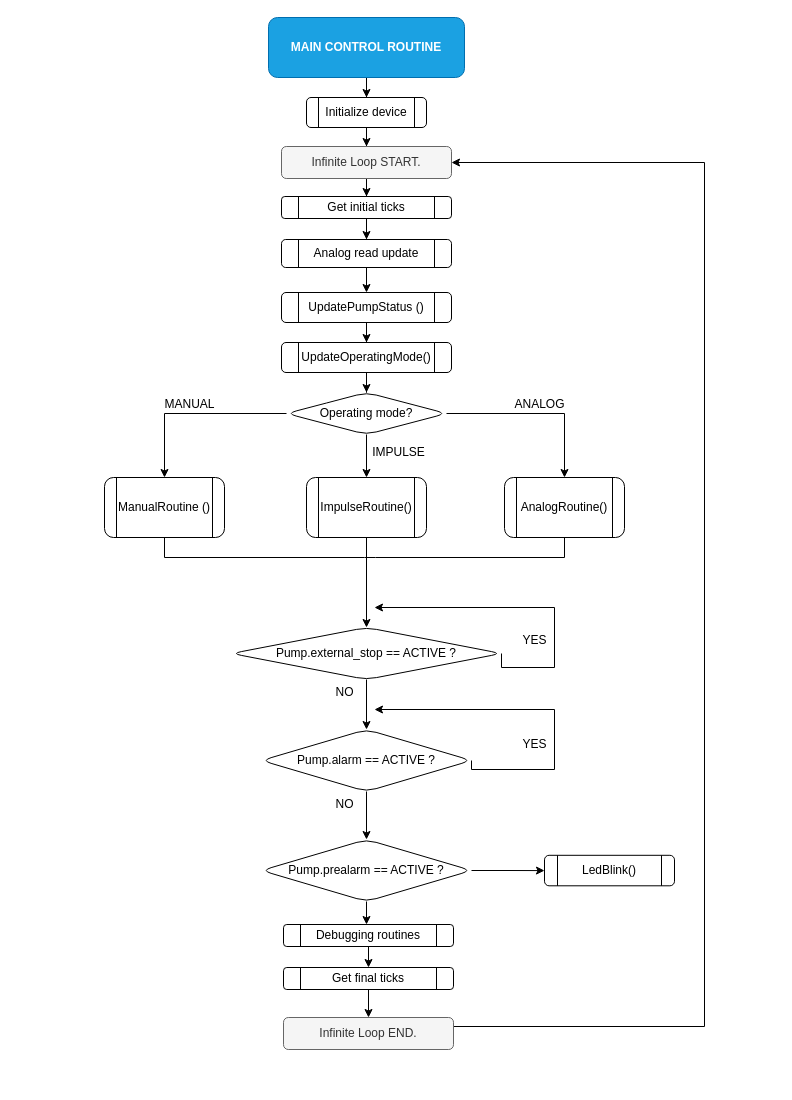
Earlier version of the draw.io diagram SolenoidPump.drawio (xZurdo/Flowcharts). Source tidied: cells renumbered, new cells numbered last; positions are measured from the earlier drawing's top-left corner, leaving out a move shared by most shapes. Both pictures are drawn from the tidied source at 100%, with x=0, y=0 at pixel (104, 17).
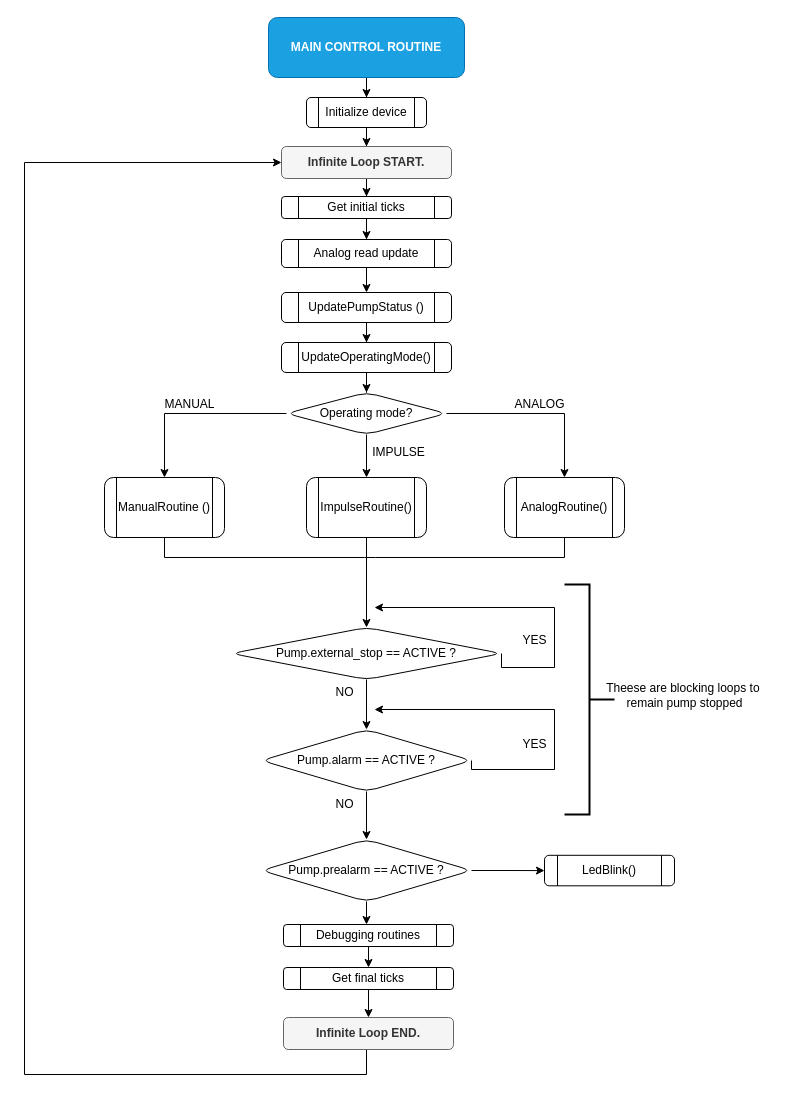
Above is the later version.

Diff of the diagram source:
```diff
@@
-    <mxCell id="7" value="Infinite Loop&amp;nbsp;&lt;span style=&quot;background-color: initial;&quot;&gt;START.&lt;/span&gt;" style="rounded=1;whiteSpace=wrap;html=1;fillColor=#f5f5f5;fontColor=#333333;strokeColor=#666666;" parent="1" vertex="1">
+    <mxCell id="7" value="&lt;b&gt;Infinite Loop&amp;nbsp;&lt;span style=&quot;background-color: initial;&quot;&gt;START.&lt;/span&gt;&lt;/b&gt;" style="rounded=1;whiteSpace=wrap;html=1;fillColor=#f5f5f5;fontColor=#333333;strokeColor=#666666;" parent="1" vertex="1">
       <mxGeometry x="177" y="129" width="170" height="32" as="geometry" />
     </mxCell>
@@
-    <mxCell id="45" style="edgeStyle=orthogonalEdgeStyle;rounded=0;jettySize=auto;html=1;exitX=0.5;exitY=1;exitDx=0;exitDy=0;entryX=1;entryY=0.5;entryDx=0;entryDy=0;" parent="1" edge="1" source="46" target="7">
+    <mxCell id="45" style="edgeStyle=orthogonalEdgeStyle;rounded=0;jettySize=auto;html=1;exitX=0.5;exitY=1;exitDx=0;exitDy=0;entryX=0;entryY=0.5;entryDx=0;entryDy=0;" parent="1" edge="1" source="46" target="7">
       <mxGeometry relative="1" as="geometry">
         <Array as="points">
-          <mxPoint x="262" y="1009" />
-          <mxPoint x="600" y="1009" />
-          <mxPoint x="600" y="145" />
+          <mxPoint x="262" y="1032" />
+          <mxPoint x="262" y="1057" />
+          <mxPoint x="-80" y="1057" />
+          <mxPoint x="-80" y="145" />
         </Array>
       </mxGeometry>
     </mxCell>
-    <mxCell id="46" value="Infinite Loop END&lt;span style=&quot;background-color: initial;&quot;&gt;.&lt;/span&gt;" style="rounded=1;whiteSpace=wrap;html=1;fillColor=#f5f5f5;fontColor=#333333;strokeColor=#666666;" parent="1" vertex="1">
+    <mxCell id="46" value="&lt;b&gt;Infinite Loop END&lt;span style=&quot;background-color: initial;&quot;&gt;.&lt;/span&gt;&lt;/b&gt;" style="rounded=1;whiteSpace=wrap;html=1;fillColor=#f5f5f5;fontColor=#333333;strokeColor=#666666;" parent="1" vertex="1">
       <mxGeometry x="179" y="1000" width="170" height="32" as="geometry" />
     </mxCell>
@@
+    <mxCell id="49" style="strokeWidth=2;html=1;shape=mxgraph.flowchart.annotation_2;align=left;labelPosition=right;direction=west;" parent="1" vertex="1">
+      <mxGeometry x="460" y="567" width="50" height="230" as="geometry" />
+    </mxCell>
+    <mxCell id="50" value="Theese are blocking loops to&amp;nbsp;&lt;div&gt;remain&amp;nbsp;&lt;span style=&quot;background-color: initial;&quot;&gt;pump stopped&lt;/span&gt;&lt;/div&gt;" style="text;html=1;align=center;verticalAlign=middle;strokeColor=none;fillColor=none;" parent="1" vertex="1">
+      <mxGeometry x="490" y="658" width="180" height="40" as="geometry" />
+    </mxCell>
```
